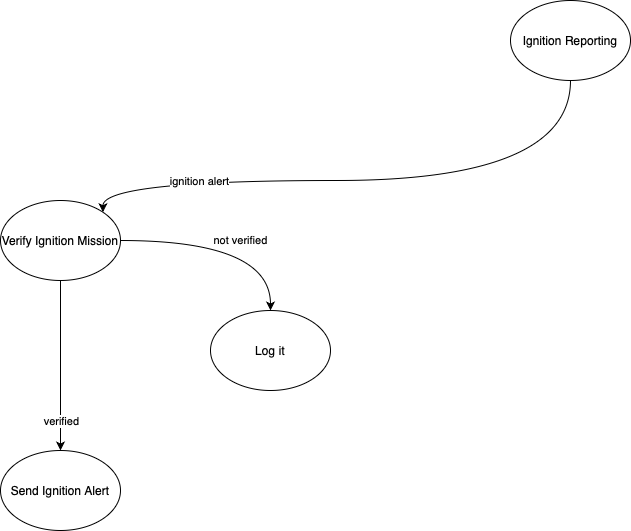
Above: StateDiagrams/Detection.drawio.png in Fire-Prevention/fire-prevention (draw.io), before the change. Source tidied: cells renumbered, new cells last; positions are measured from the earlier drawing's top-left corner, leaving out a move shared by most shapes.
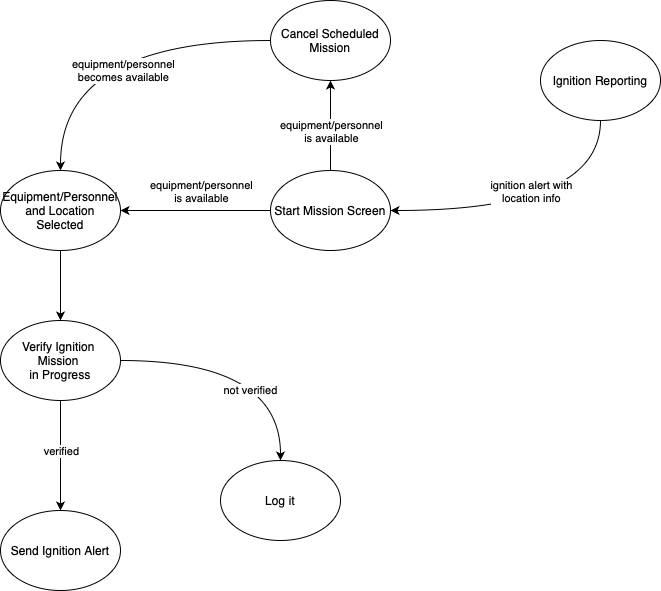
The same file after the commit.

Diff of the diagram source:
```diff
@@ -2,41 +2,80 @@
   <root>
     <mxCell id="0" />
     <mxCell id="1" parent="0" />
-    <mxCell id="2" style="edgeStyle=orthogonalEdgeStyle;curved=1;rounded=0;jettySize=auto;html=1;exitX=0.5;exitY=1;exitDx=0;exitDy=0;startArrow=none;startFill=0;" parent="1" edge="1" source="5" target="6">
+    <mxCell id="2" style="edgeStyle=orthogonalEdgeStyle;curved=1;rounded=0;jettySize=auto;html=1;startArrow=none;startFill=0;exitX=0.5;exitY=1;exitDx=0;exitDy=0;" parent="1" edge="1" source="21" target="6">
       <mxGeometry relative="1" as="geometry" />
     </mxCell>
     <mxCell id="3" value="verified" style="edgeLabel;html=1;align=center;verticalAlign=middle;" parent="2" vertex="1">
       <mxGeometry x="0.29" y="-4" relative="1" as="geometry">
-        <mxPoint x="4" y="30" as="offset" />
+        <mxPoint x="4" y="-21" as="offset" />
       </mxGeometry>
     </mxCell>
-    <mxCell id="4" value="not verified" style="edgeStyle=orthogonalEdgeStyle;curved=1;rounded=0;jettySize=auto;html=1;exitX=1;exitY=0.5;exitDx=0;exitDy=0;startArrow=none;startFill=0;" parent="1" edge="1" source="5" target="7">
-      <mxGeometry x="0.09" relative="1" as="geometry" />
+    <mxCell id="4" value="not verified" style="edgeStyle=orthogonalEdgeStyle;curved=1;rounded=0;jettySize=auto;html=1;exitX=1;exitY=0.5;exitDx=0;exitDy=0;startArrow=none;startFill=0;" parent="1" edge="1" source="21" target="7">
+      <mxGeometry x="0.46" y="-30" relative="1" as="geometry">
+        <Array as="points">
+          <mxPoint x="250" y="320" />
+        </Array>
+      </mxGeometry>
     </mxCell>
-    <mxCell id="5" value="Verify Ignition Mission" style="ellipse;whiteSpace=wrap;html=1;" parent="1" vertex="1">
-      <mxGeometry y="200" width="120" height="80" as="geometry" />
-    </mxCell>
     <mxCell id="6" value="Send Ignition Alert" style="ellipse;whiteSpace=wrap;html=1;" parent="1" vertex="1">
-      <mxGeometry y="450" width="120" height="80" as="geometry" />
+      <mxGeometry x="-30" y="470" width="120" height="80" as="geometry" />
     </mxCell>
     <mxCell id="7" value="Log it" style="ellipse;whiteSpace=wrap;html=1;" parent="1" vertex="1">
-      <mxGeometry x="210" y="310" width="120" height="80" as="geometry" />
+      <mxGeometry x="190" y="420" width="120" height="80" as="geometry" />
     </mxCell>
-    <mxCell id="8" style="edgeStyle=orthogonalEdgeStyle;curved=1;rounded=0;jettySize=auto;html=1;exitX=0.5;exitY=1;exitDx=0;exitDy=0;entryX=1;entryY=0;entryDx=0;entryDy=0;startArrow=none;startFill=0;" parent="1" edge="1" source="10" target="5">
+    <mxCell id="8" style="edgeStyle=orthogonalEdgeStyle;curved=1;rounded=0;jettySize=auto;html=1;exitX=0.5;exitY=1;exitDx=0;exitDy=0;startArrow=none;startFill=0;" parent="1" edge="1" source="10" target="14">
       <mxGeometry relative="1" as="geometry">
         <Array as="points">
-          <mxPoint x="570" y="180" />
-          <mxPoint x="102" y="180" />
+          <mxPoint x="570" y="170" />
         </Array>
       </mxGeometry>
     </mxCell>
-    <mxCell id="9" value="ignition alert" style="edgeLabel;html=1;align=center;verticalAlign=middle;" parent="8" vertex="1">
+    <mxCell id="9" value="ignition alert with &lt;br&gt;location info" style="edgeLabel;html=1;align=center;verticalAlign=middle;" parent="8" vertex="1">
       <mxGeometry x="-0.52" y="-4" relative="1" as="geometry">
-        <mxPoint x="-328" y="4" as="offset" />
+        <mxPoint x="-66" y="-2" as="offset" />
       </mxGeometry>
     </mxCell>
     <mxCell id="10" value="Ignition Reporting" style="ellipse;whiteSpace=wrap;html=1;" parent="1" vertex="1">
       <mxGeometry x="510" width="120" height="80" as="geometry" />
     </mxCell>
+    <mxCell id="11" style="edgeStyle=orthogonalEdgeStyle;rounded=0;jettySize=auto;html=1;exitX=0;exitY=0.5;exitDx=0;exitDy=0;" parent="1" edge="1" source="14" target="16">
+      <mxGeometry relative="1" as="geometry" />
+    </mxCell>
+    <mxCell id="12" value="equipment/personnel &lt;br&gt;is available" style="edgeLabel;html=1;align=center;verticalAlign=middle;" parent="11" vertex="1">
+      <mxGeometry x="0.05" y="1" relative="1" as="geometry">
+        <mxPoint x="9" y="-21" as="offset" />
+      </mxGeometry>
+    </mxCell>
+    <mxCell id="13" style="edgeStyle=orthogonalEdgeStyle;rounded=0;jettySize=auto;html=1;exitX=0.5;exitY=0;exitDx=0;exitDy=0;" parent="1" edge="1" source="14" target="20">
+      <mxGeometry relative="1" as="geometry" />
+    </mxCell>
+    <mxCell id="14" value="Start Mission Screen" style="ellipse;whiteSpace=wrap;html=1;" parent="1" vertex="1">
+      <mxGeometry x="240" y="130" width="120" height="80" as="geometry" />
+    </mxCell>
+    <mxCell id="15" style="edgeStyle=orthogonalEdgeStyle;rounded=0;jettySize=auto;html=1;exitX=0.5;exitY=1;exitDx=0;exitDy=0;entryX=0.5;entryY=0;entryDx=0;entryDy=0;" parent="1" edge="1" source="16" target="21">
+      <mxGeometry relative="1" as="geometry" />
+    </mxCell>
+    <mxCell id="16" value="Equipment/Personnel and Location Selected" style="ellipse;whiteSpace=wrap;html=1;" parent="1" vertex="1">
+      <mxGeometry x="-30" y="130" width="120" height="80" as="geometry" />
+    </mxCell>
+    <mxCell id="17" value="equipment/personnel &lt;br&gt;is available" style="edgeLabel;html=1;align=center;verticalAlign=middle;" parent="1" vertex="1">
+      <mxGeometry x="300" y="90" as="geometry" />
+    </mxCell>
+    <mxCell id="18" style="edgeStyle=orthogonalEdgeStyle;rounded=0;jettySize=auto;html=1;exitX=0;exitY=0.5;exitDx=0;exitDy=0;entryX=0.5;entryY=0;entryDx=0;entryDy=0;curved=1;" parent="1" edge="1" source="20" target="16">
+      <mxGeometry relative="1" as="geometry">
+        <Array as="points">
+          <mxPoint x="30" />
+        </Array>
+      </mxGeometry>
+    </mxCell>
+    <mxCell id="19" value="equipment/personnel &lt;br&gt;becomes available" style="edgeLabel;html=1;align=center;verticalAlign=middle;" parent="18" vertex="1">
+      <mxGeometry x="-0.13" y="29" relative="1" as="geometry" />
+    </mxCell>
+    <mxCell id="20" value="Cancel Scheduled Mission" style="ellipse;whiteSpace=wrap;html=1;" parent="1" vertex="1">
+      <mxGeometry x="240" y="-40" width="120" height="80" as="geometry" />
+    </mxCell>
+    <mxCell id="21" value="&lt;span style=&quot;white-space: pre;&quot;&gt;Verify Ignition &lt;br/&gt;Mission &lt;br&gt;in Progress&lt;/span&gt;" style="ellipse;whiteSpace=wrap;html=1;" parent="1" vertex="1">
+      <mxGeometry x="-30" y="280" width="120" height="80" as="geometry" />
+    </mxCell>
   </root>
 </mxGraphModel>
```
